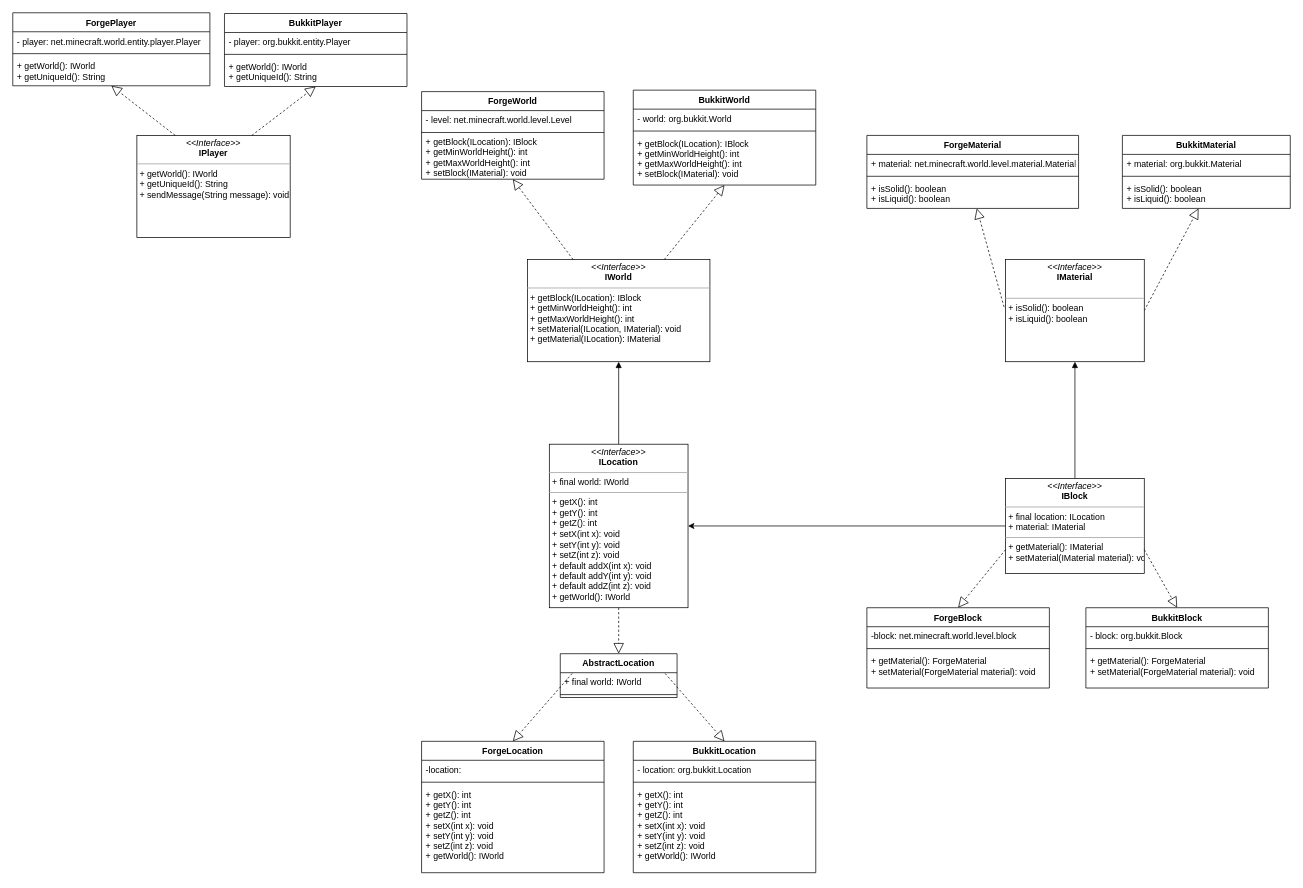
KevinDaGame/VoxelSniper-Reimagined keeps this draw.io diagram as diagrams/VoxelSniperAbstractionClassDiagram.drawio. Above is the earlier version. Source tidied: cells renumbered, new cells numbered last; positions are measured from the earlier drawing's top-left corner, leaving out a move shared by most shapes. Both pictures are drawn from the tidied source at 73%, with x=0, y=0 at pixel (12, 12).
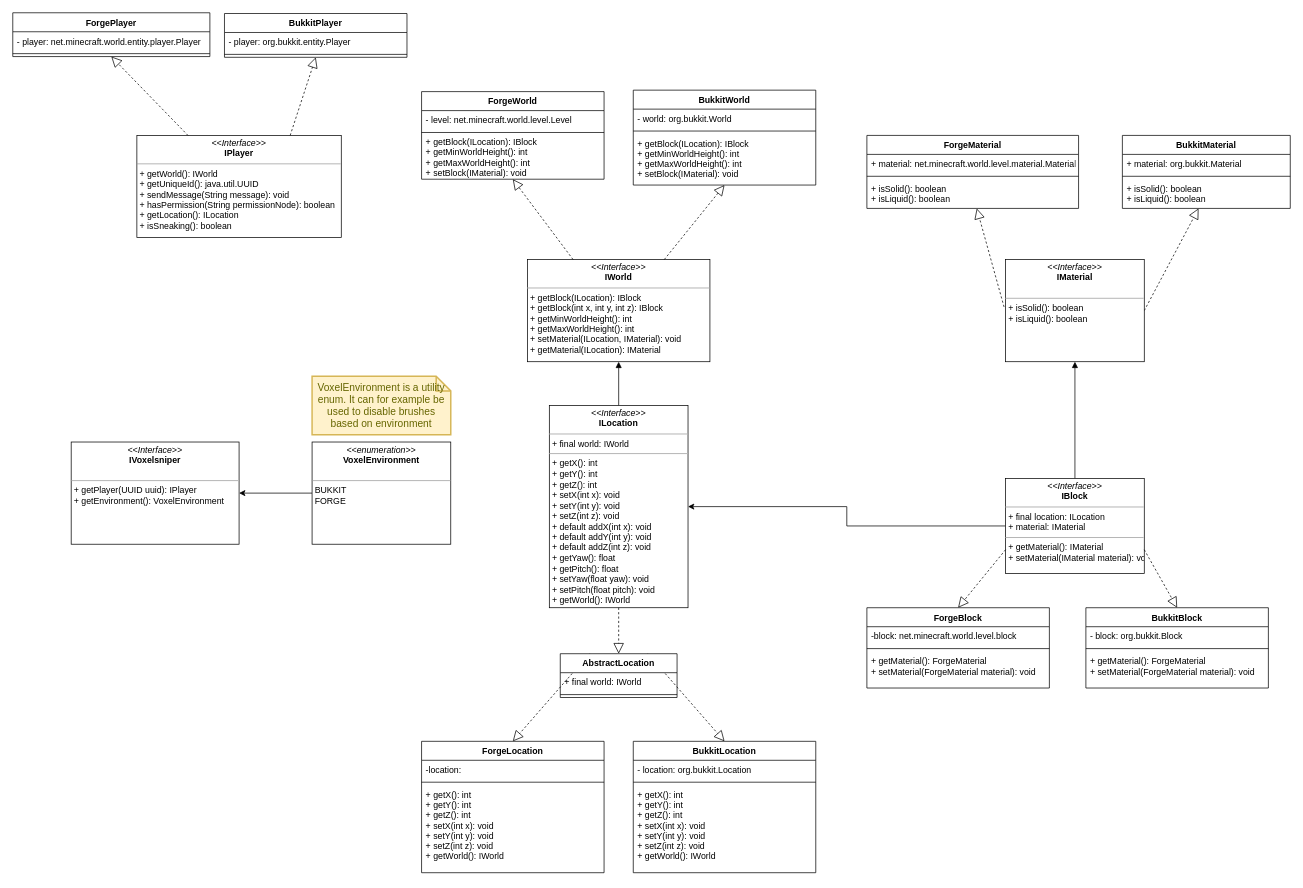
After the change.

The edit, as a diff of the source:
```diff
@@
-    <mxCell id="13" value="&lt;p style=&quot;margin: 0px ; margin-top: 4px ; text-align: center&quot;&gt;&lt;i&gt;&amp;lt;&amp;lt;Interface&amp;gt;&amp;gt;&lt;/i&gt;&lt;br&gt;&lt;b&gt;IWorld&lt;/b&gt;&lt;/p&gt;&lt;hr size=&quot;1&quot;&gt;&lt;p style=&quot;margin: 0px ; margin-left: 4px&quot;&gt;+ getBlock(ILocation): IBlock&lt;br&gt;+ getMinWorldHeight(): int&lt;/p&gt;&lt;p style=&quot;margin: 0px ; margin-left: 4px&quot;&gt;+ getMaxWorldHeight(): int&lt;/p&gt;&lt;p style=&quot;margin: 0px ; margin-left: 4px&quot;&gt;+ setMaterial(ILocation, IMaterial): void&lt;/p&gt;&lt;p style=&quot;margin: 0px ; margin-left: 4px&quot;&gt;+ getMaterial(ILocation):&amp;nbsp;IMaterial&lt;/p&gt;" style="verticalAlign=top;align=left;overflow=fill;fontSize=12;fontFamily=Helvetica;html=1;glass=0;" parent="1" vertex="1">
+    <mxCell id="13" value="&lt;p style=&quot;margin: 0px ; margin-top: 4px ; text-align: center&quot;&gt;&lt;i&gt;&amp;lt;&amp;lt;Interface&amp;gt;&amp;gt;&lt;/i&gt;&lt;br&gt;&lt;b&gt;IWorld&lt;/b&gt;&lt;/p&gt;&lt;hr size=&quot;1&quot;&gt;&lt;p style=&quot;margin: 0px ; margin-left: 4px&quot;&gt;+ getBlock(ILocation): IBlock&lt;/p&gt;&lt;p style=&quot;margin: 0px ; margin-left: 4px&quot;&gt;+&amp;nbsp;getBlock(int x, int y, int z): IBlock&lt;br&gt;+ getMinWorldHeight(): int&lt;/p&gt;&lt;p style=&quot;margin: 0px ; margin-left: 4px&quot;&gt;+ getMaxWorldHeight(): int&lt;/p&gt;&lt;p style=&quot;margin: 0px ; margin-left: 4px&quot;&gt;+ setMaterial(ILocation, IMaterial): void&lt;/p&gt;&lt;p style=&quot;margin: 0px ; margin-left: 4px&quot;&gt;+ getMaterial(ILocation):&amp;nbsp;IMaterial&lt;/p&gt;" style="verticalAlign=top;align=left;overflow=fill;fontSize=12;fontFamily=Helvetica;html=1;glass=0;" parent="1" vertex="1">
       <mxGeometry x="705" y="338" width="250" height="140" as="geometry" />
     </mxCell>
@@
-    <mxCell id="36" value="&lt;p style=&quot;margin:0px;margin-top:4px;text-align:center;&quot;&gt;&lt;i&gt;&amp;lt;&amp;lt;Interface&amp;gt;&amp;gt;&lt;/i&gt;&lt;br&gt;&lt;b&gt;ILocation&lt;/b&gt;&lt;/p&gt;&lt;hr size=&quot;1&quot;&gt;&lt;p style=&quot;margin:0px;margin-left:4px;&quot;&gt;+ final world: IWorld&lt;/p&gt;&lt;hr size=&quot;1&quot;&gt;&lt;p style=&quot;margin: 0px 0px 0px 4px;&quot;&gt;+ getX(): int&lt;br&gt;&lt;/p&gt;&lt;p style=&quot;margin: 0px 0px 0px 4px;&quot;&gt;+ getY(): int&lt;br&gt;&lt;/p&gt;&lt;p style=&quot;margin: 0px 0px 0px 4px;&quot;&gt;+ getZ(): int&lt;br&gt;&lt;/p&gt;&lt;p style=&quot;margin: 0px 0px 0px 4px;&quot;&gt;+ setX(int x): void&lt;/p&gt;&lt;p style=&quot;margin: 0px 0px 0px 4px;&quot;&gt;+ setY(int y): void&lt;br&gt;&lt;/p&gt;&lt;p style=&quot;margin: 0px 0px 0px 4px;&quot;&gt;+ setZ(int z): void&lt;br&gt;&lt;/p&gt;&lt;p style=&quot;margin: 0px 0px 0px 4px;&quot;&gt;+ default addX(int x): void&lt;/p&gt;&lt;p style=&quot;margin: 0px 0px 0px 4px;&quot;&gt;+ default addY(int y): void&lt;br&gt;&lt;/p&gt;&lt;p style=&quot;margin: 0px 0px 0px 4px;&quot;&gt;+ default addZ(int z): void&lt;br&gt;&lt;/p&gt;&lt;p style=&quot;margin: 0px 0px 0px 4px;&quot;&gt;+ getWorld(): IWorld&lt;/p&gt;&lt;p style=&quot;margin: 0px 0px 0px 4px;&quot;&gt;&lt;br&gt;&lt;/p&gt;" style="verticalAlign=top;align=left;overflow=fill;fontSize=12;fontFamily=Helvetica;html=1;glass=0;" parent="1" vertex="1">
-      <mxGeometry x="735" y="591" width="190" height="224" as="geometry" />
+    <mxCell id="36" value="&lt;p style=&quot;margin: 0px ; margin-top: 4px ; text-align: center&quot;&gt;&lt;i&gt;&amp;lt;&amp;lt;Interface&amp;gt;&amp;gt;&lt;/i&gt;&lt;br&gt;&lt;b&gt;ILocation&lt;/b&gt;&lt;/p&gt;&lt;hr size=&quot;1&quot;&gt;&lt;p style=&quot;margin: 0px ; margin-left: 4px&quot;&gt;+ final world: IWorld&lt;/p&gt;&lt;hr size=&quot;1&quot;&gt;&lt;p style=&quot;margin: 0px 0px 0px 4px&quot;&gt;+ getX(): int&lt;br&gt;&lt;/p&gt;&lt;p style=&quot;margin: 0px 0px 0px 4px&quot;&gt;+ getY(): int&lt;br&gt;&lt;/p&gt;&lt;p style=&quot;margin: 0px 0px 0px 4px&quot;&gt;+ getZ(): int&lt;br&gt;&lt;/p&gt;&lt;p style=&quot;margin: 0px 0px 0px 4px&quot;&gt;+ setX(int x): void&lt;/p&gt;&lt;p style=&quot;margin: 0px 0px 0px 4px&quot;&gt;+ setY(int y): void&lt;br&gt;&lt;/p&gt;&lt;p style=&quot;margin: 0px 0px 0px 4px&quot;&gt;+ setZ(int z): void&lt;br&gt;&lt;/p&gt;&lt;p style=&quot;margin: 0px 0px 0px 4px&quot;&gt;+ default addX(int x): void&lt;/p&gt;&lt;p style=&quot;margin: 0px 0px 0px 4px&quot;&gt;+ default addY(int y): void&lt;br&gt;&lt;/p&gt;&lt;p style=&quot;margin: 0px 0px 0px 4px&quot;&gt;+ default addZ(int z): void&lt;br&gt;&lt;/p&gt;&lt;p style=&quot;margin: 0px 0px 0px 4px&quot;&gt;+ getYaw(): float&lt;/p&gt;&lt;p style=&quot;margin: 0px 0px 0px 4px&quot;&gt;+ getPitch(): float&amp;nbsp;&lt;/p&gt;&lt;p style=&quot;margin: 0px 0px 0px 4px&quot;&gt;+ setYaw(float yaw): void&lt;/p&gt;&lt;p style=&quot;margin: 0px 0px 0px 4px&quot;&gt;+ setPitch(float pitch): void&lt;/p&gt;&lt;p style=&quot;margin: 0px 0px 0px 4px&quot;&gt;+ getWorld(): IWorld&lt;/p&gt;&lt;p style=&quot;margin: 0px 0px 0px 4px&quot;&gt;&lt;br&gt;&lt;/p&gt;" style="verticalAlign=top;align=left;overflow=fill;fontSize=12;fontFamily=Helvetica;html=1;glass=0;" parent="1" vertex="1">
+      <mxGeometry x="735" y="538" width="190" height="277" as="geometry" />
     </mxCell>
@@
-    <mxCell id="49" value="&lt;p style=&quot;margin:0px;margin-top:4px;text-align:center;&quot;&gt;&lt;i&gt;&amp;lt;&amp;lt;Interface&amp;gt;&amp;gt;&lt;/i&gt;&lt;br&gt;&lt;b&gt;IPlayer&lt;/b&gt;&lt;/p&gt;&lt;hr size=&quot;1&quot;&gt;&lt;p style=&quot;margin:0px;margin-left:4px;&quot;&gt;+ getWorld(): IWorld&lt;br&gt;&lt;/p&gt;&lt;p style=&quot;margin:0px;margin-left:4px;&quot;&gt;+&amp;nbsp;getUniqueId(): String&lt;/p&gt;&lt;p style=&quot;margin:0px;margin-left:4px;&quot;&gt;+ sendMessage(String message): void&lt;/p&gt;" style="verticalAlign=top;align=left;overflow=fill;fontSize=12;fontFamily=Helvetica;html=1;glass=0;" parent="1" vertex="1">
-      <mxGeometry x="170" y="168" width="210" height="140" as="geometry" />
+    <mxCell id="49" value="&lt;p style=&quot;margin: 0px ; margin-top: 4px ; text-align: center&quot;&gt;&lt;i&gt;&amp;lt;&amp;lt;Interface&amp;gt;&amp;gt;&lt;/i&gt;&lt;br&gt;&lt;b&gt;IPlayer&lt;/b&gt;&lt;/p&gt;&lt;hr size=&quot;1&quot;&gt;&lt;p style=&quot;margin: 0px ; margin-left: 4px&quot;&gt;+ getWorld(): IWorld&lt;br&gt;&lt;/p&gt;&lt;p style=&quot;margin: 0px ; margin-left: 4px&quot;&gt;+&amp;nbsp;getUniqueId(): java.util.UUID&lt;/p&gt;&lt;p style=&quot;margin: 0px ; margin-left: 4px&quot;&gt;+ sendMessage(String message): void&lt;/p&gt;&lt;p style=&quot;margin: 0px ; margin-left: 4px&quot;&gt;+ hasPermission(String permissionNode): boolean&lt;/p&gt;&lt;p style=&quot;margin: 0px ; margin-left: 4px&quot;&gt;+ getLocation(): ILocation&lt;/p&gt;&lt;p style=&quot;margin: 0px ; margin-left: 4px&quot;&gt;+ isSneaking(): boolean&lt;/p&gt;&lt;p style=&quot;margin: 0px ; margin-left: 4px&quot;&gt;&lt;br&gt;&lt;/p&gt;" style="verticalAlign=top;align=left;overflow=fill;fontSize=12;fontFamily=Helvetica;html=1;glass=0;" parent="1" vertex="1">
+      <mxGeometry x="170" y="168" width="280" height="140" as="geometry" />
     </mxCell>
     <mxCell id="50" value="ForgePlayer" style="swimlane;fontStyle=1;align=center;verticalAlign=top;horizontal=1;startSize=26;glass=0;" parent="1" vertex="1">
-      <mxGeometry width="270" height="100" as="geometry" />
+      <mxGeometry width="270" height="60" as="geometry" />
     </mxCell>
@@
-    <mxCell id="53" value="&lt;p style=&quot;margin: 0px 0px 0px 4px;&quot;&gt;+ getWorld(): IWorld&lt;br&gt;&lt;/p&gt;&lt;p style=&quot;margin: 0px 0px 0px 4px;&quot;&gt;+&amp;nbsp;getUniqueId(): String&lt;/p&gt;" style="text;html=1;align=left;verticalAlign=middle;strokeColor=none;fillColor=none;" parent="50" vertex="1">
-      <mxGeometry y="60" width="270" height="40" as="geometry" />
-    </mxCell>
     <mxCell id="54" value="BukkitPlayer" style="swimlane;fontStyle=1;align=center;verticalAlign=top;horizontal=1;startSize=26;glass=0;" parent="1" vertex="1">
-      <mxGeometry x="290" y="1" width="250" height="100" as="geometry" />
+      <mxGeometry x="290" y="1" width="250" height="60" as="geometry" />
     </mxCell>
@@
-    <mxCell id="57" value="+ getWorld(): IWorld&#10;+ getUniqueId(): String" style="text;strokeColor=none;fillColor=none;align=left;verticalAlign=top;spacingLeft=4;spacingRight=4;overflow=hidden;glass=0;" parent="54" vertex="1">
-      <mxGeometry y="60" width="250" height="40" as="geometry" />
-    </mxCell>
@@
+    <mxCell id="64" value="&lt;p style=&quot;margin: 0px ; margin-top: 4px ; text-align: center&quot;&gt;&lt;i&gt;&amp;lt;&amp;lt;Interface&amp;gt;&amp;gt;&lt;/i&gt;&lt;br&gt;&lt;b&gt;IVoxelsniper&lt;/b&gt;&lt;/p&gt;&lt;br&gt;&lt;hr size=&quot;1&quot;&gt;&lt;p style=&quot;margin: 0px ; margin-left: 4px&quot;&gt;+ getPlayer(UUID uuid): IPlayer&lt;/p&gt;&lt;p style=&quot;margin: 0px ; margin-left: 4px&quot;&gt;+ getEnvironment(): VoxelEnvironment&lt;/p&gt;" style="verticalAlign=top;align=left;overflow=fill;fontSize=12;fontFamily=Helvetica;html=1;" parent="1" vertex="1">
+      <mxGeometry x="80" y="588" width="230" height="140" as="geometry" />
+    </mxCell>
+    <mxCell id="65" style="edgeStyle=orthogonalEdgeStyle;rounded=0;jettySize=auto;html=1;entryX=1;entryY=0.5;entryDx=0;entryDy=0;" parent="1" edge="1" source="66" target="64">
+      <mxGeometry relative="1" as="geometry" />
+    </mxCell>
+    <mxCell id="66" value="&lt;p style=&quot;margin: 0px ; margin-top: 4px ; text-align: center&quot;&gt;&lt;i&gt;&amp;lt;&amp;lt;enumeration&amp;gt;&amp;gt;&lt;/i&gt;&lt;br&gt;&lt;b&gt;VoxelEnvironment&lt;/b&gt;&lt;/p&gt;&lt;br&gt;&lt;hr size=&quot;1&quot;&gt;&lt;p style=&quot;margin: 0px ; margin-left: 4px&quot;&gt;BUKKIT&lt;/p&gt;&lt;p style=&quot;margin: 0px ; margin-left: 4px&quot;&gt;FORGE&lt;/p&gt;" style="verticalAlign=top;align=left;overflow=fill;fontSize=12;fontFamily=Helvetica;html=1;" parent="1" vertex="1">
+      <mxGeometry x="410" y="588" width="190" height="140" as="geometry" />
+    </mxCell>
+    <mxCell id="67" value="VoxelEnvironment is a utility enum. It can for example be used to disable brushes based on environment&lt;br&gt;" style="shape=note;strokeWidth=2;fontSize=14;size=20;whiteSpace=wrap;html=1;fillColor=#fff2cc;strokeColor=#d6b656;fontColor=#666600;" parent="1" vertex="1">
+      <mxGeometry x="410" y="498" width="190" height="80" as="geometry" />
+    </mxCell>
```
